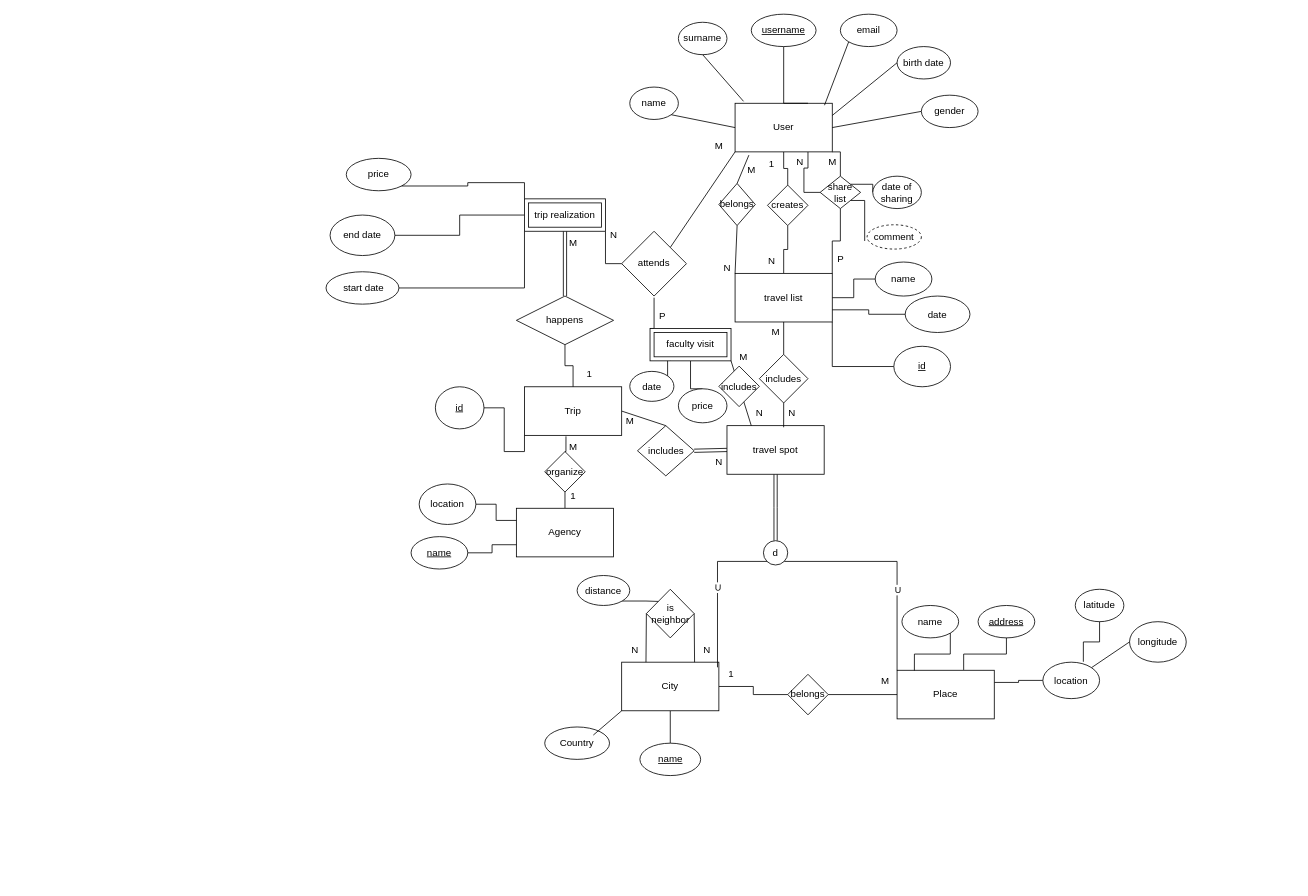
The draw.io diagram BP lab1.drawio in georgibozhinoski/bp_lab1_2023, before the edit. Source tidied: cells renumbered, new cells numbered last; positions are measured from the earlier drawing's top-left corner, leaving out a move shared by most shapes. Both pictures are drawn from the tidied source at 81%, with x=0, y=0 at pixel (326, 14).
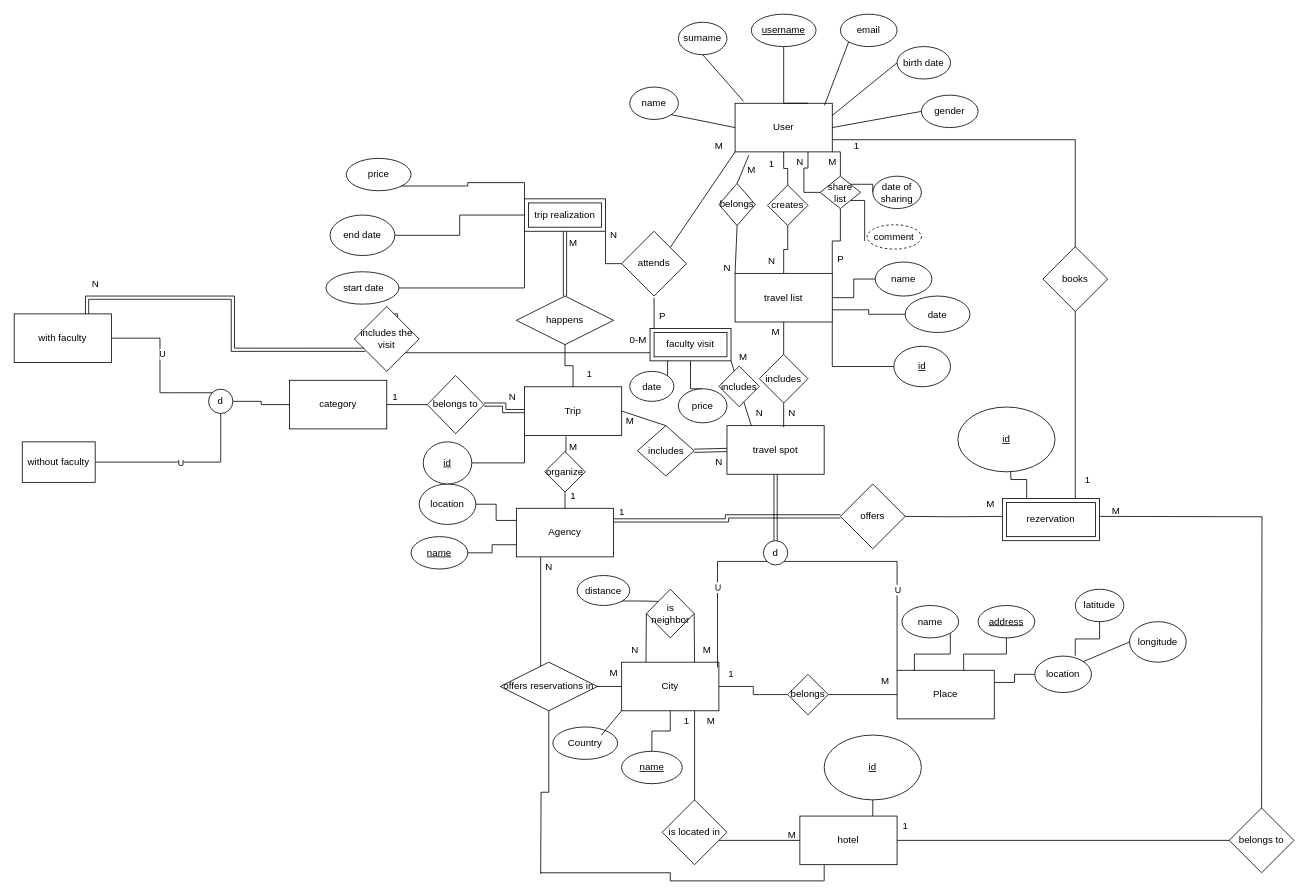
The same diagram, later.

Unchanged cells that the change refers to:
```xml
<mxCell id="6" value="User" style="rounded=0;whiteSpace=wrap;html=1;" parent="1" vertex="1">
  <mxGeometry x="505" y="110" width="120" height="60" as="geometry" />
</mxCell>
<mxCell id="34" value="City" style="rounded=0;whiteSpace=wrap;html=1;" parent="1" vertex="1">
  <mxGeometry x="365" y="800" width="120" height="60" as="geometry" />
</mxCell>
<mxCell id="36" value="Agency" style="rounded=0;whiteSpace=wrap;html=1;" parent="1" vertex="1">
  <mxGeometry x="235" y="610" width="120" height="60" as="geometry" />
</mxCell>
<mxCell id="39" value="Trip" style="rounded=0;whiteSpace=wrap;html=1;" parent="1" vertex="1">
  <mxGeometry x="245" y="460" width="120" height="60" as="geometry" />
</mxCell>
<mxCell id="117" value="faculty visit" style="shape=ext;margin=3;double=1;whiteSpace=wrap;html=1;align=center;" parent="1" vertex="1">
  <mxGeometry x="400" y="388" width="100" height="40" as="geometry" />
</mxCell>
```

What changed in the source:
```diff
@@
+    <mxCell id="129" style="edgeStyle=orthogonalEdgeStyle;rounded=0;jettySize=auto;html=1;exitX=1;exitY=0.75;exitDx=0;exitDy=0;entryX=0.75;entryY=0;entryDx=0;entryDy=0;endArrow=none;endFill=0;" parent="1" edge="1" source="6" target="173">
+      <mxGeometry relative="1" as="geometry" />
+    </mxCell>
@@
+    <mxCell id="130" style="edgeStyle=orthogonalEdgeStyle;rounded=0;jettySize=auto;html=1;exitX=0.75;exitY=1;exitDx=0;exitDy=0;" parent="1" edge="1" source="34">
+      <mxGeometry relative="1" as="geometry">
+        <mxPoint x="1155" y="1020" as="targetPoint" />
+        <Array as="points">
+          <mxPoint x="455" y="1020" />
+        </Array>
+      </mxGeometry>
+    </mxCell>
@@
+    <mxCell id="131" style="edgeStyle=orthogonalEdgeStyle;rounded=0;jettySize=auto;html=1;exitX=1;exitY=0.25;exitDx=0;exitDy=0;entryX=0;entryY=0.5;entryDx=0;entryDy=0;endArrow=none;endFill=0;shape=link;" parent="1" edge="1" source="36" target="153">
+      <mxGeometry relative="1" as="geometry" />
+    </mxCell>
+    <mxCell id="132" style="edgeStyle=orthogonalEdgeStyle;rounded=0;jettySize=auto;html=1;exitX=0.25;exitY=1;exitDx=0;exitDy=0;entryX=0;entryY=0.5;entryDx=0;entryDy=0;endArrow=none;endFill=0;" parent="1" edge="1" source="36" target="34">
+      <mxGeometry relative="1" as="geometry" />
+    </mxCell>
@@
-    <mxCell id="51" value="N" style="text;html=1;align=center;verticalAlign=middle;strokeColor=none;fillColor=none;" parent="1" vertex="1">
+    <mxCell id="51" value="M" style="text;html=1;align=center;verticalAlign=middle;strokeColor=none;fillColor=none;" parent="1" vertex="1">
       <mxGeometry x="455" y="770" width="30" height="30" as="geometry" />
     </mxCell>
@@
     <mxCell id="65" value="location" style="ellipse;whiteSpace=wrap;html=1;" parent="1" vertex="1">
-      <mxGeometry x="885" y="800" width="70" height="45" as="geometry" />
+      <mxGeometry x="875" y="792.5" width="70" height="45" as="geometry" />
     </mxCell>
@@
     <mxCell id="74" value="Country" style="ellipse;whiteSpace=wrap;html=1;" parent="1" vertex="1">
-      <mxGeometry x="270" y="880" width="80" height="40" as="geometry" />
+      <mxGeometry x="280" y="880" width="80" height="40" as="geometry" />
     </mxCell>
@@
     <mxCell id="76" value="&lt;u&gt;name&lt;/u&gt;" style="ellipse;whiteSpace=wrap;html=1;" parent="1" vertex="1">
-      <mxGeometry x="387.5" y="900" width="75" height="40" as="geometry" />
+      <mxGeometry x="364.8" y="910" width="75" height="40" as="geometry" />
     </mxCell>
@@
     <mxCell id="121" value="&lt;u&gt;id&lt;/u&gt;" style="ellipse;whiteSpace=wrap;html=1;" parent="1" vertex="1">
-      <mxGeometry x="135" y="460" width="60" height="52" as="geometry" />
+      <mxGeometry x="120" y="528" width="60" height="52" as="geometry" />
     </mxCell>
@@
+    <mxCell id="133" style="edgeStyle=orthogonalEdgeStyle;rounded=0;jettySize=auto;html=1;exitX=1;exitY=0.5;exitDx=0;exitDy=0;entryX=0;entryY=0.5;entryDx=0;entryDy=0;endArrow=none;endFill=0;shape=link;" parent="1" edge="1" source="137" target="39">
+      <mxGeometry relative="1" as="geometry" />
+    </mxCell>
+    <mxCell id="134" style="edgeStyle=orthogonalEdgeStyle;rounded=0;jettySize=auto;html=1;exitX=0;exitY=0.5;exitDx=0;exitDy=0;entryX=1;entryY=0.5;entryDx=0;entryDy=0;endArrow=none;endFill=0;" parent="1" edge="1" source="135" target="142">
+      <mxGeometry relative="1" as="geometry" />
+    </mxCell>
+    <mxCell id="135" value="category" style="rounded=0;whiteSpace=wrap;html=1;" parent="1" vertex="1">
+      <mxGeometry x="-45" y="452" width="120" height="60" as="geometry" />
+    </mxCell>
+    <mxCell id="136" style="edgeStyle=orthogonalEdgeStyle;rounded=0;jettySize=auto;html=1;exitX=1;exitY=0.5;exitDx=0;exitDy=0;entryX=0;entryY=0.5;entryDx=0;entryDy=0;endArrow=none;endFill=0;" parent="1" edge="1" source="135" target="137">
+      <mxGeometry relative="1" as="geometry" />
+    </mxCell>
+    <mxCell id="137" value="belongs to" style="rhombus;whiteSpace=wrap;html=1;" parent="1" vertex="1">
+      <mxGeometry x="125" y="446" width="70" height="72" as="geometry" />
+    </mxCell>
+    <mxCell id="138" style="edgeStyle=orthogonalEdgeStyle;rounded=0;jettySize=auto;html=1;exitX=0;exitY=0;exitDx=0;exitDy=0;entryX=1;entryY=0.5;entryDx=0;entryDy=0;endArrow=none;endFill=0;" parent="1" edge="1" source="142" target="145">
+      <mxGeometry relative="1" as="geometry" />
+    </mxCell>
+    <mxCell id="139" value="U" style="edgeLabel;html=1;align=center;verticalAlign=middle;" parent="138" vertex="1">
+      <mxGeometry x="0.17" y="-2" relative="1" as="geometry" />
+    </mxCell>
+    <mxCell id="140" style="edgeStyle=orthogonalEdgeStyle;rounded=0;jettySize=auto;html=1;exitX=0.5;exitY=1;exitDx=0;exitDy=0;entryX=1;entryY=0.5;entryDx=0;entryDy=0;endArrow=none;endFill=0;" parent="1" edge="1" source="142" target="143">
+      <mxGeometry relative="1" as="geometry" />
+    </mxCell>
+    <mxCell id="141" value="U" style="edgeLabel;html=1;align=center;verticalAlign=middle;" parent="140" vertex="1">
+      <mxGeometry x="0.02" relative="1" as="geometry" />
+    </mxCell>
+    <mxCell id="142" value="d" style="ellipse;whiteSpace=wrap;html=1;" parent="1" vertex="1">
+      <mxGeometry x="-145" y="463" width="30" height="30" as="geometry" />
+    </mxCell>
+    <mxCell id="143" value="without faculty" style="rounded=0;whiteSpace=wrap;html=1;" parent="1" vertex="1">
+      <mxGeometry x="-375" y="528" width="90" height="50" as="geometry" />
+    </mxCell>
+    <mxCell id="144" style="edgeStyle=orthogonalEdgeStyle;rounded=0;jettySize=auto;html=1;exitX=0.75;exitY=0;exitDx=0;exitDy=0;entryX=0;entryY=0.75;entryDx=0;entryDy=0;endArrow=none;endFill=0;" parent="1" edge="1" source="147" target="117">
+      <mxGeometry relative="1" as="geometry">
+        <Array as="points">
+          <mxPoint x="68" y="370" />
+          <mxPoint x="68" y="418" />
+        </Array>
+      </mxGeometry>
+    </mxCell>
+    <mxCell id="145" value="with faculty" style="rounded=0;whiteSpace=wrap;html=1;" parent="1" vertex="1">
+      <mxGeometry x="-385" y="370" width="120" height="60" as="geometry" />
+    </mxCell>
+    <mxCell id="146" style="edgeStyle=orthogonalEdgeStyle;rounded=0;jettySize=auto;html=1;exitX=0.75;exitY=0;exitDx=0;exitDy=0;entryX=0;entryY=0.75;entryDx=0;entryDy=0;endArrow=none;endFill=0;shape=link;" parent="1" edge="1" source="145" target="147">
+      <mxGeometry relative="1" as="geometry" />
+    </mxCell>
+    <mxCell id="147" value="includes the visit" style="rhombus;whiteSpace=wrap;html=1;" parent="1" vertex="1">
+      <mxGeometry x="35" y="361" width="80" height="80" as="geometry" />
+    </mxCell>
+    <mxCell id="148" value="N" style="text;html=1;align=center;verticalAlign=middle;strokeColor=none;fillColor=none;" parent="1" vertex="1">
+      <mxGeometry x="-300" y="318" width="30" height="30" as="geometry" />
+    </mxCell>
+    <mxCell id="149" value="0-M" style="text;html=1;align=center;verticalAlign=middle;strokeColor=none;fillColor=none;" parent="1" vertex="1">
+      <mxGeometry x="364.8" y="388" width="40" height="30" as="geometry" />
+    </mxCell>
+    <mxCell id="150" style="edgeStyle=orthogonalEdgeStyle;rounded=0;orthogonalLoop=1;jettySize=auto;html=1;exitX=1;exitY=0.5;exitDx=0;exitDy=0;" parent="1" edge="1">
+      <mxGeometry relative="1" as="geometry">
+        <mxPoint x="955" y="620" as="sourcePoint" />
+        <mxPoint x="1155" y="1020" as="targetPoint" />
+      </mxGeometry>
+    </mxCell>
+    <mxCell id="151" style="edgeStyle=orthogonalEdgeStyle;rounded=0;jettySize=auto;html=1;exitX=0.25;exitY=0;exitDx=0;exitDy=0;" parent="1" edge="1" source="173">
+      <mxGeometry relative="1" as="geometry">
+        <mxPoint x="845" y="550" as="targetPoint" />
+      </mxGeometry>
+    </mxCell>
+    <mxCell id="152" style="edgeStyle=orthogonalEdgeStyle;rounded=0;jettySize=auto;html=1;exitX=0;exitY=0.5;exitDx=0;exitDy=0;entryX=1;entryY=0.5;entryDx=0;entryDy=0;endArrow=none;endFill=0;" parent="1" edge="1" target="153">
+      <mxGeometry relative="1" as="geometry">
+        <mxPoint x="835" y="620" as="sourcePoint" />
+      </mxGeometry>
+    </mxCell>
+    <mxCell id="153" value="offers&lt;br&gt;" style="rhombus;whiteSpace=wrap;html=1;" parent="1" vertex="1">
+      <mxGeometry x="635" y="580" width="80" height="80" as="geometry" />
+    </mxCell>
+    <mxCell id="154" value="1" style="text;html=1;align=center;verticalAlign=middle;strokeColor=none;fillColor=none;" parent="1" vertex="1">
+      <mxGeometry x="350" y="600" width="30" height="30" as="geometry" />
+    </mxCell>
+    <mxCell id="155" value="M" style="text;html=1;align=center;verticalAlign=middle;strokeColor=none;fillColor=none;" parent="1" vertex="1">
+      <mxGeometry x="805" y="590" width="30" height="30" as="geometry" />
+    </mxCell>
+    <mxCell id="156" value="books" style="rhombus;whiteSpace=wrap;html=1;" parent="1" vertex="1">
+      <mxGeometry x="885" y="287" width="80" height="80" as="geometry" />
+    </mxCell>
+    <mxCell id="157" value="1" style="text;html=1;align=center;verticalAlign=middle;strokeColor=none;fillColor=none;" parent="1" vertex="1">
+      <mxGeometry x="925" y="560" width="30" height="30" as="geometry" />
+    </mxCell>
+    <mxCell id="158" value="1" style="text;html=1;align=center;verticalAlign=middle;strokeColor=none;fillColor=none;" parent="1" vertex="1">
+      <mxGeometry x="640" y="148" width="30" height="30" as="geometry" />
+    </mxCell>
+    <mxCell id="159" value="belongs to" style="rhombus;whiteSpace=wrap;html=1;" parent="1" vertex="1">
+      <mxGeometry x="1115" y="980" width="80" height="80" as="geometry" />
+    </mxCell>
+    <mxCell id="160" value="M" style="text;html=1;align=center;verticalAlign=middle;strokeColor=none;fillColor=none;" parent="1" vertex="1">
+      <mxGeometry x="960" y="598" width="30" height="30" as="geometry" />
+    </mxCell>
+    <mxCell id="161" value="M" style="text;html=1;align=center;verticalAlign=middle;strokeColor=none;fillColor=none;" parent="1" vertex="1">
+      <mxGeometry x="460" y="858" width="30" height="30" as="geometry" />
+    </mxCell>
+    <mxCell id="162" value="1" style="text;html=1;align=center;verticalAlign=middle;strokeColor=none;fillColor=none;" parent="1" vertex="1">
+      <mxGeometry x="70" y="458" width="30" height="30" as="geometry" />
+    </mxCell>
+    <mxCell id="163" value="N" style="text;html=1;align=center;verticalAlign=middle;strokeColor=none;fillColor=none;" parent="1" vertex="1">
+      <mxGeometry x="215" y="458" width="30" height="30" as="geometry" />
+    </mxCell>
+    <mxCell id="164" style="edgeStyle=orthogonalEdgeStyle;rounded=0;jettySize=auto;html=1;exitX=0.75;exitY=0;exitDx=0;exitDy=0;" parent="1" edge="1" source="166">
+      <mxGeometry relative="1" as="geometry">
+        <mxPoint x="675.1" y="960" as="targetPoint" />
+      </mxGeometry>
+    </mxCell>
+    <mxCell id="165" style="edgeStyle=orthogonalEdgeStyle;rounded=0;jettySize=auto;html=1;exitX=0.25;exitY=1;exitDx=0;exitDy=0;endArrow=none;endFill=0;" parent="1" edge="1" source="166">
+      <mxGeometry relative="1" as="geometry">
+        <mxPoint x="265" y="1060" as="targetPoint" />
+        <Array as="points">
+          <mxPoint x="615" y="1070" />
+          <mxPoint x="425" y="1070" />
+          <mxPoint x="425" y="1060" />
+        </Array>
+      </mxGeometry>
+    </mxCell>
+    <mxCell id="166" value="hotel" style="rounded=0;whiteSpace=wrap;html=1;" parent="1" vertex="1">
+      <mxGeometry x="585" y="990" width="120" height="60" as="geometry" />
+    </mxCell>
+    <mxCell id="167" value="1" style="text;html=1;align=center;verticalAlign=middle;strokeColor=none;fillColor=none;" parent="1" vertex="1">
+      <mxGeometry x="700" y="988" width="30" height="30" as="geometry" />
+    </mxCell>
+    <mxCell id="168" value="is located in" style="rhombus;whiteSpace=wrap;html=1;" parent="1" vertex="1">
+      <mxGeometry x="415" y="970" width="80" height="80" as="geometry" />
+    </mxCell>
+    <mxCell id="169" value="1" style="text;html=1;align=center;verticalAlign=middle;strokeColor=none;fillColor=none;" parent="1" vertex="1">
+      <mxGeometry x="430" y="858" width="30" height="30" as="geometry" />
+    </mxCell>
+    <mxCell id="170" value="M" style="text;html=1;align=center;verticalAlign=middle;strokeColor=none;fillColor=none;" parent="1" vertex="1">
+      <mxGeometry x="560" y="998" width="30" height="30" as="geometry" />
+    </mxCell>
+    <mxCell id="171" value="&lt;u&gt;id&lt;/u&gt;" style="ellipse;whiteSpace=wrap;html=1;" parent="1" vertex="1">
+      <mxGeometry x="780" y="485" width="120" height="80" as="geometry" />
+    </mxCell>
+    <mxCell id="172" value="&lt;u&gt;id&lt;/u&gt;" style="ellipse;whiteSpace=wrap;html=1;" parent="1" vertex="1">
+      <mxGeometry x="615" y="890" width="120" height="80" as="geometry" />
+    </mxCell>
+    <mxCell id="173" value="rezervation" style="shape=ext;margin=3;double=1;whiteSpace=wrap;html=1;align=center;" parent="1" vertex="1">
+      <mxGeometry x="835" y="598" width="120" height="52" as="geometry" />
+    </mxCell>
+    <mxCell id="174" style="edgeStyle=orthogonalEdgeStyle;rounded=0;jettySize=auto;html=1;exitX=0.5;exitY=1;exitDx=0;exitDy=0;endArrow=none;endFill=0;" parent="1" edge="1" source="175">
+      <mxGeometry relative="1" as="geometry">
+        <mxPoint x="265" y="1061.2" as="targetPoint" />
+      </mxGeometry>
+    </mxCell>
+    <mxCell id="175" value="offers reservations in" style="shape=rhombus;perimeter=rhombusPerimeter;whiteSpace=wrap;html=1;align=center;" parent="1" vertex="1">
+      <mxGeometry x="215" y="800" width="120" height="60" as="geometry" />
+    </mxCell>
+    <mxCell id="176" value="N" style="text;html=1;align=center;verticalAlign=middle;strokeColor=none;fillColor=none;" parent="1" vertex="1">
+      <mxGeometry x="260" y="668" width="30" height="30" as="geometry" />
+    </mxCell>
+    <mxCell id="177" value="M" style="text;html=1;align=center;verticalAlign=middle;strokeColor=none;fillColor=none;" parent="1" vertex="1">
+      <mxGeometry x="340" y="798" width="30" height="30" as="geometry" />
+    </mxCell>
```
